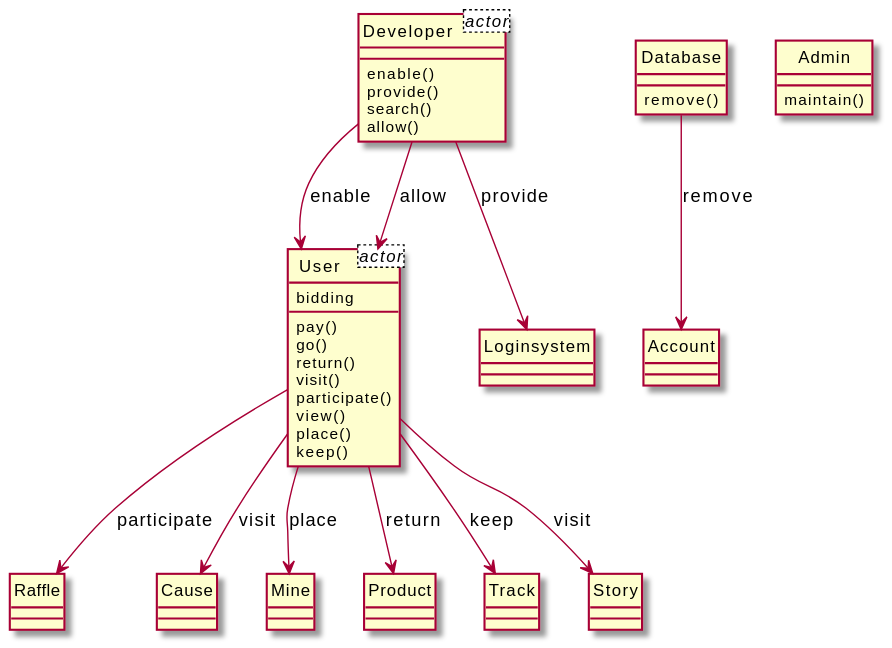
Earlier version of the PlantUML export output/diagram_5/2019-USC-Project09.svg (xixixhalu/DomainModelExtractor).
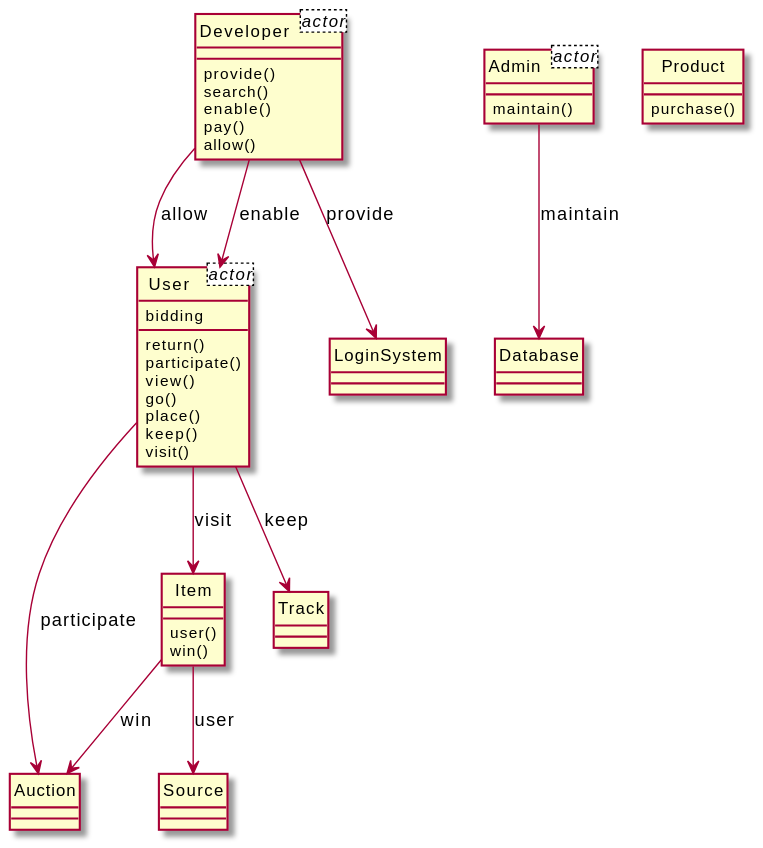
Later version of the same file.

Diff of the diagram source:
```diff
@@ -5,52 +5,51 @@
 }
 class Developer<actor> {
 }
+class Admin<actor> {
+}
 class User {
-	pay()
-	go()
 	return()
-	visit()
 	participate()
 	view()
+	go()
 	place()
 	keep()
+	visit()
 }
-class Raffle {
+class Auction {
+}
+class Item {
+	user()
+	win()
 }
 class Developer {
-	enable()
 	provide()
 	search()
+	enable()
+	pay()
 	allow()
 }
-class Loginsystem {
+class LoginSystem {
 }
-class Cause {
+class Source {
 }
-class Mine {
+class Product {
+	purchase()
 }
-class Database {
-	remove()
+class Track {
 }
 class Admin {
 	maintain()
 }
-class Product {
+class Database {
 }
-class Account {
-}
-class Track {
-}
-class Story {
-}
-User --> Product : return
+User --> Track : keep
+User --> Item : visit
+Item --> Source : user
+Developer --> User : allow
 Developer --> User : enable
-User --> Mine : place
-Developer --> Loginsystem : provide
-Database --> Account : remove
-User --> Story : visit
-User --> Raffle : participate
-User --> Cause : visit
-User --> Track : keep
-Developer --> User : allow
+Admin --> Database : maintain
+Developer --> LoginSystem : provide
+User --> Auction : participate
+Item --> Auction : win
 @enduml
```
